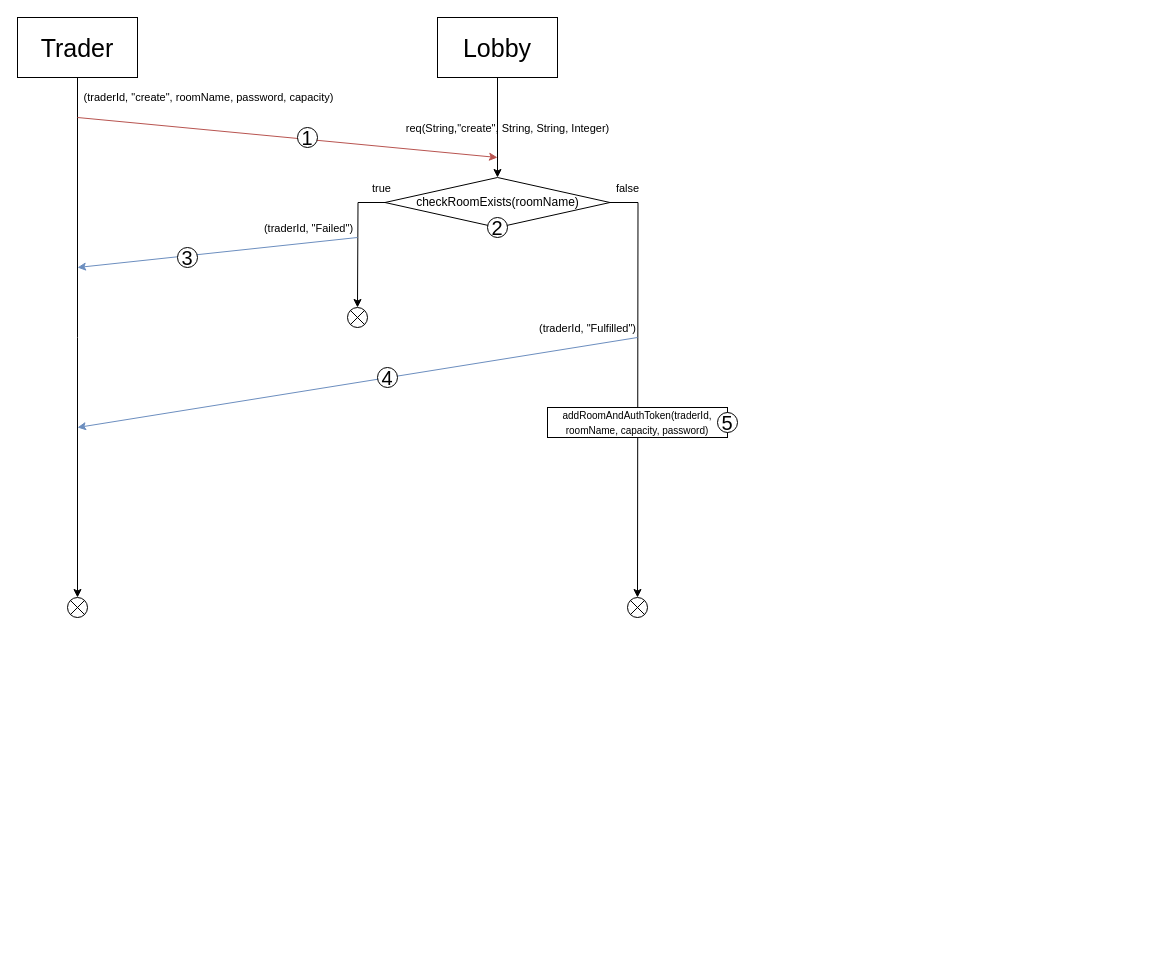
The draw.io diagram ChatProtocol.drawio in FrederikvSvane/PrototypeStockMarketSim, before the edit. Source tidied: cells renumbered, new cells numbered last; positions are measured from the earlier drawing's top-left corner, leaving out a move shared by most shapes. Both pictures are drawn from the tidied source at 100%, with x=0, y=0 at pixel (17, 17).
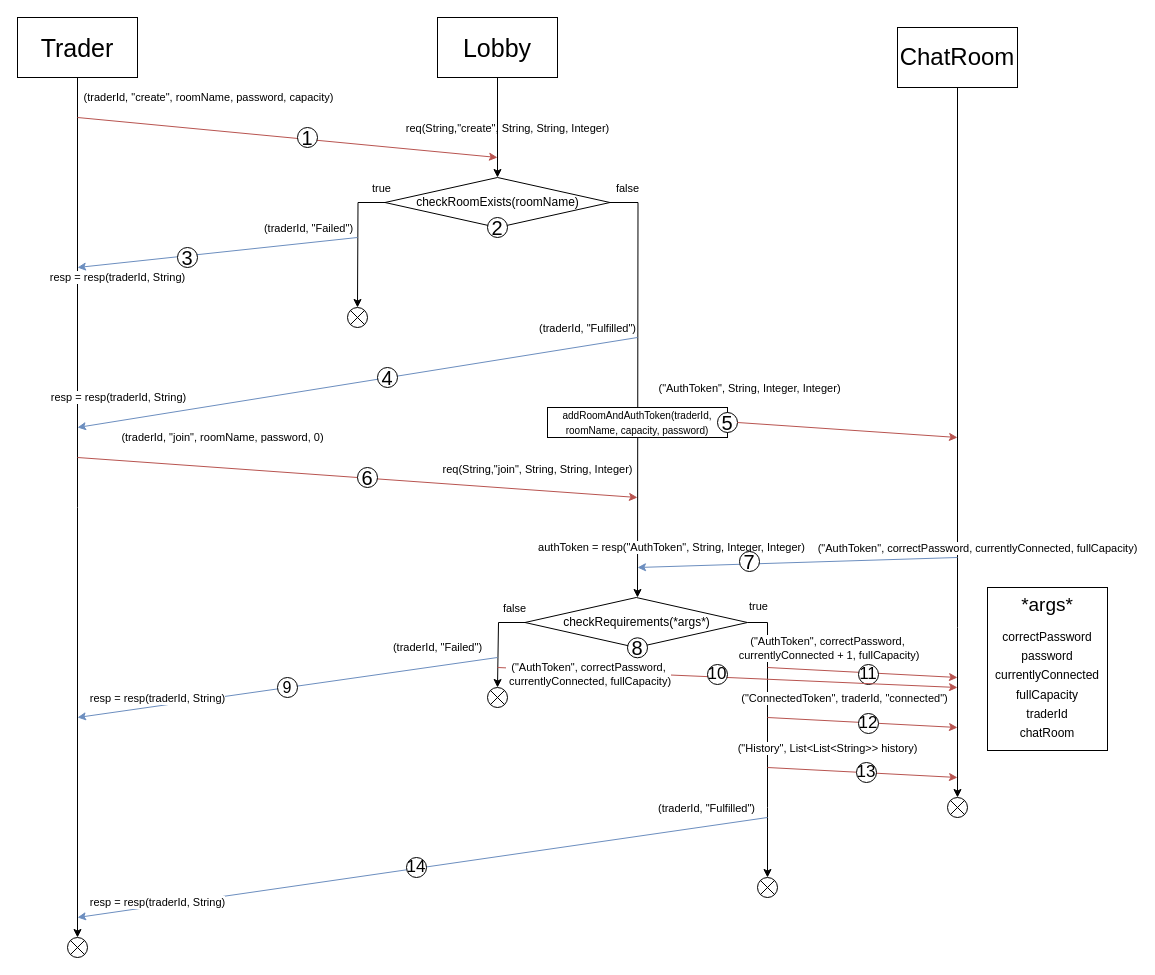
The same page after the edit.

The change refers to these unchanged cells:
```xml
<mxCell id="3" value="&lt;font style=&quot;font-size: 25px;&quot;&gt;Trader&lt;/font&gt;" style="rounded=0;whiteSpace=wrap;html=1;" parent="1" vertex="1">
  <mxGeometry width="120" height="60" as="geometry" />
</mxCell>
<mxCell id="15" style="endArrow=classic;html=1;rounded=0;fillColor=#dae8fc;strokeColor=#6c8ebf;" parent="1" edge="1">
  <mxGeometry relative="1" as="geometry">
    <mxPoint x="340" y="220" as="sourcePoint" />
    <mxPoint x="60" y="250" as="targetPoint" />
  </mxGeometry>
</mxCell>
<mxCell id="19" style="endArrow=classic;html=1;rounded=0;fillColor=#dae8fc;strokeColor=#6c8ebf;" parent="1" edge="1">
  <mxGeometry relative="1" as="geometry">
    <mxPoint x="620" y="320" as="sourcePoint" />
    <mxPoint x="60" y="410" as="targetPoint" />
  </mxGeometry>
</mxCell>
<mxCell id="26" value="&lt;span style=&quot;font-size: 20px;&quot;&gt;5&lt;/span&gt;" style="ellipse;whiteSpace=wrap;html=1;" parent="1" vertex="1">
  <mxGeometry x="700" y="395" width="20" height="20" as="geometry" />
</mxCell>
```

What changed in the source:
```diff
@@
     <mxCell id="2" style="edgeStyle=orthogonalEdgeStyle;rounded=0;jettySize=auto;html=1;" parent="1" edge="1" source="3">
       <mxGeometry relative="1" as="geometry">
-        <mxPoint x="60" y="580" as="targetPoint" />
+        <mxPoint x="60" y="920" as="targetPoint" />
       </mxGeometry>
     </mxCell>
@@
+    <mxCell id="27" value="resp = resp(traderId, String)" style="edgeLabel;html=1;align=center;verticalAlign=middle;" parent="15" vertex="1">
+      <mxGeometry x="0.64" y="-3" relative="1" as="geometry">
+        <mxPoint x="-10" y="18" as="offset" />
+      </mxGeometry>
+    </mxCell>
@@
+    <mxCell id="28" value="resp = resp(traderId, String)" style="edgeLabel;html=1;align=center;verticalAlign=middle;" parent="19" vertex="1">
+      <mxGeometry x="0.68" y="-5" relative="1" as="geometry">
+        <mxPoint x="-49" y="-11" as="offset" />
+      </mxGeometry>
+    </mxCell>
@@
     <mxCell id="22" style="verticalLabelPosition=bottom;verticalAlign=top;html=1;shape=mxgraph.flowchart.or;" parent="1" vertex="1">
-      <mxGeometry x="50" y="580" width="20" height="20" as="geometry" />
+      <mxGeometry x="50" y="920" width="20" height="20" as="geometry" />
     </mxCell>
-    <mxCell id="23" style="verticalLabelPosition=bottom;verticalAlign=top;html=1;shape=mxgraph.flowchart.or;" parent="1" vertex="1">
-      <mxGeometry x="610" y="580" width="20" height="20" as="geometry" />
-    </mxCell>
@@
+    <mxCell id="29" style="edgeStyle=orthogonalEdgeStyle;rounded=0;jettySize=auto;html=1;" parent="1" edge="1" source="30">
+      <mxGeometry relative="1" as="geometry">
+        <mxPoint x="940" y="780" as="targetPoint" />
+        <Array as="points">
+          <mxPoint x="940" y="610" />
+        </Array>
+      </mxGeometry>
+    </mxCell>
+    <mxCell id="30" value="&lt;font style=&quot;font-size: 24px;&quot;&gt;ChatRoom&lt;/font&gt;" style="rounded=0;whiteSpace=wrap;html=1;" parent="1" vertex="1">
+      <mxGeometry x="880" y="10" width="120" height="60" as="geometry" />
+    </mxCell>
+    <mxCell id="31" style="endArrow=classic;html=1;rounded=0;fillColor=#f8cecc;strokeColor=#b85450;" parent="1" edge="1">
+      <mxGeometry relative="1" as="geometry">
+        <mxPoint x="60" y="440" as="sourcePoint" />
+        <mxPoint x="620" y="480" as="targetPoint" />
+      </mxGeometry>
+    </mxCell>
+    <mxCell id="32" value="(traderId, &quot;join&quot;, roomName, password, 0)" style="edgeLabel;html=1;align=center;verticalAlign=middle;" parent="31" vertex="1">
+      <mxGeometry x="-0.8" relative="1" as="geometry">
+        <mxPoint x="89" y="-24" as="offset" />
+      </mxGeometry>
+    </mxCell>
+    <mxCell id="33" value="req(String,&quot;join&quot;, String, String, Integer)" style="edgeLabel;html=1;align=center;verticalAlign=middle;" parent="31" vertex="1">
+      <mxGeometry x="0.76" y="-1" relative="1" as="geometry">
+        <mxPoint x="-33" y="-25" as="offset" />
+      </mxGeometry>
+    </mxCell>
+    <mxCell id="34" style="edgeStyle=orthogonalEdgeStyle;rounded=0;jettySize=auto;html=1;exitX=0;exitY=0.5;exitDx=0;exitDy=0;" parent="1" edge="1" source="38">
+      <mxGeometry relative="1" as="geometry">
+        <mxPoint x="480" y="670" as="targetPoint" />
+        <Array as="points">
+          <mxPoint x="481" y="605" />
+          <mxPoint x="481" y="670" />
+        </Array>
+      </mxGeometry>
+    </mxCell>
+    <mxCell id="35" value="false" style="edgeLabel;html=1;align=center;verticalAlign=middle;" parent="34" vertex="1">
+      <mxGeometry x="-0.75" y="-1" relative="1" as="geometry">
+        <mxPoint y="-14" as="offset" />
+      </mxGeometry>
+    </mxCell>
+    <mxCell id="36" style="edgeStyle=orthogonalEdgeStyle;rounded=0;jettySize=auto;html=1;" parent="1" edge="1" source="38">
+      <mxGeometry relative="1" as="geometry">
+        <mxPoint x="750" y="860" as="targetPoint" />
+        <Array as="points">
+          <mxPoint x="750" y="605" />
+          <mxPoint x="750" y="790" />
+        </Array>
+      </mxGeometry>
+    </mxCell>
+    <mxCell id="37" value="true" style="edgeLabel;html=1;align=center;verticalAlign=middle;" parent="36" vertex="1">
+      <mxGeometry x="-0.69" y="1" relative="1" as="geometry">
+        <mxPoint x="-11" y="-40" as="offset" />
+      </mxGeometry>
+    </mxCell>
+    <mxCell id="38" value="&lt;font style=&quot;font-size: 12px;&quot;&gt;checkRequirements(*args*)&lt;/font&gt;" style="rhombus;whiteSpace=wrap;html=1;" parent="1" vertex="1">
+      <mxGeometry x="507.5" y="580" width="222.5" height="50" as="geometry" />
+    </mxCell>
+    <mxCell id="39" style="verticalLabelPosition=bottom;verticalAlign=top;html=1;shape=mxgraph.flowchart.or;" parent="1" vertex="1">
+      <mxGeometry x="470" y="670" width="20" height="20" as="geometry" />
+    </mxCell>
+    <mxCell id="40" style="endArrow=classic;html=1;rounded=0;fillColor=#dae8fc;strokeColor=#6c8ebf;" parent="1" edge="1">
+      <mxGeometry relative="1" as="geometry">
+        <mxPoint x="480" y="640" as="sourcePoint" />
+        <mxPoint x="60" y="700" as="targetPoint" />
+      </mxGeometry>
+    </mxCell>
+    <mxCell id="41" value="(traderId, &quot;Failed&quot;)" style="edgeLabel;html=1;align=center;verticalAlign=middle;" parent="40" vertex="1">
+      <mxGeometry x="-0.51" y="4" relative="1" as="geometry">
+        <mxPoint x="42" y="-29" as="offset" />
+      </mxGeometry>
+    </mxCell>
+    <mxCell id="42" value="resp = resp(traderId, String)" style="edgeLabel;html=1;align=center;verticalAlign=middle;" parent="40" vertex="1">
+      <mxGeometry x="0.7" y="-3" relative="1" as="geometry">
+        <mxPoint x="17" y="-8" as="offset" />
+      </mxGeometry>
+    </mxCell>
+    <mxCell id="43" style="endArrow=classic;html=1;rounded=0;fillColor=#f8cecc;strokeColor=#b85450;exitX=1;exitY=0.5;exitDx=0;exitDy=0;" parent="1" edge="1" source="26">
+      <mxGeometry relative="1" as="geometry">
+        <mxPoint x="940" y="420" as="targetPoint" />
+      </mxGeometry>
+    </mxCell>
+    <mxCell id="44" value="(&quot;AuthToken&quot;, String, Integer, Integer)" style="edgeLabel;html=1;align=center;verticalAlign=middle;" parent="43" vertex="1">
+      <mxGeometry x="-0.54" relative="1" as="geometry">
+        <mxPoint x="-39" y="-38" as="offset" />
+      </mxGeometry>
+    </mxCell>
+    <mxCell id="45" style="endArrow=classic;html=1;rounded=0;fillColor=#dae8fc;strokeColor=#6c8ebf;" parent="1" edge="1">
+      <mxGeometry relative="1" as="geometry">
+        <mxPoint x="940" y="540" as="sourcePoint" />
+        <mxPoint x="620" y="550" as="targetPoint" />
+      </mxGeometry>
+    </mxCell>
+    <mxCell id="46" value="(&quot;AuthToken&quot;, correctPassword, currentlyConnected, fullCapacity)" style="edgeLabel;html=1;align=center;verticalAlign=middle;" parent="45" vertex="1">
+      <mxGeometry x="-0.51" y="4" relative="1" as="geometry">
+        <mxPoint x="97" y="-16" as="offset" />
+      </mxGeometry>
+    </mxCell>
+    <mxCell id="47" value="authToken = resp(&quot;AuthToken&quot;, String, Integer, Integer)" style="edgeLabel;html=1;align=center;verticalAlign=middle;" parent="45" vertex="1">
+      <mxGeometry x="0.8" y="-2" relative="1" as="geometry">
+        <mxPoint x="1" y="-17" as="offset" />
+      </mxGeometry>
+    </mxCell>
+    <mxCell id="48" style="endArrow=classic;html=1;rounded=0;fillColor=#f8cecc;strokeColor=#b85450;" parent="1" edge="1">
+      <mxGeometry relative="1" as="geometry">
+        <mxPoint x="750" y="650" as="sourcePoint" />
+        <mxPoint x="940" y="660" as="targetPoint" />
+      </mxGeometry>
+    </mxCell>
+    <mxCell id="49" value="(&quot;AuthToken&quot;, correctPassword,&lt;br&gt;&amp;nbsp;currentlyConnected + 1, fullCapacity)" style="edgeLabel;html=1;align=center;verticalAlign=middle;" parent="48" vertex="1">
+      <mxGeometry x="-0.54" relative="1" as="geometry">
+        <mxPoint x="16" y="-22" as="offset" />
+      </mxGeometry>
+    </mxCell>
+    <mxCell id="50" style="endArrow=classic;html=1;rounded=0;fillColor=#f8cecc;strokeColor=#b85450;" parent="1" edge="1">
+      <mxGeometry relative="1" as="geometry">
+        <mxPoint x="750" y="700" as="sourcePoint" />
+        <mxPoint x="940" y="710" as="targetPoint" />
+      </mxGeometry>
+    </mxCell>
+    <mxCell id="51" value="(&quot;ConnectedToken&quot;, traderId, &quot;connected&quot;)" style="edgeLabel;html=1;align=center;verticalAlign=middle;" parent="50" vertex="1">
+      <mxGeometry x="-0.54" relative="1" as="geometry">
+        <mxPoint x="33" y="-22" as="offset" />
+      </mxGeometry>
+    </mxCell>
+    <mxCell id="52" style="endArrow=classic;html=1;rounded=0;fillColor=#f8cecc;strokeColor=#b85450;" parent="1" edge="1">
+      <mxGeometry relative="1" as="geometry">
+        <mxPoint x="750" y="750" as="sourcePoint" />
+        <mxPoint x="940" y="760" as="targetPoint" />
+      </mxGeometry>
+    </mxCell>
+    <mxCell id="53" value="(&quot;History&quot;, List&amp;lt;List&amp;lt;String&amp;gt;&amp;gt; history)" style="edgeLabel;html=1;align=center;verticalAlign=middle;" parent="52" vertex="1">
+      <mxGeometry x="-0.54" relative="1" as="geometry">
+        <mxPoint x="16" y="-22" as="offset" />
+      </mxGeometry>
+    </mxCell>
+    <mxCell id="54" style="endArrow=classic;html=1;rounded=0;fillColor=#dae8fc;strokeColor=#6c8ebf;" parent="1" edge="1">
+      <mxGeometry relative="1" as="geometry">
+        <mxPoint x="750" y="800" as="sourcePoint" />
+        <mxPoint x="60" y="900" as="targetPoint" />
+      </mxGeometry>
+    </mxCell>
+    <mxCell id="55" value="(traderId, &quot;Fulfilled&quot;)" style="edgeLabel;html=1;align=center;verticalAlign=middle;" parent="54" vertex="1">
+      <mxGeometry x="-0.51" y="4" relative="1" as="geometry">
+        <mxPoint x="107" y="-38" as="offset" />
+      </mxGeometry>
+    </mxCell>
+    <mxCell id="56" value="resp = resp(traderId, String)" style="edgeLabel;html=1;align=center;verticalAlign=middle;" parent="54" vertex="1">
+      <mxGeometry x="0.68" relative="1" as="geometry">
+        <mxPoint x="-31" as="offset" />
+      </mxGeometry>
+    </mxCell>
+    <mxCell id="57" style="verticalLabelPosition=bottom;verticalAlign=top;html=1;shape=mxgraph.flowchart.or;" parent="1" vertex="1">
+      <mxGeometry x="740" y="860" width="20" height="20" as="geometry" />
+    </mxCell>
+    <mxCell id="58" style="verticalLabelPosition=bottom;verticalAlign=top;html=1;shape=mxgraph.flowchart.or;" parent="1" vertex="1">
+      <mxGeometry x="930" y="780" width="20" height="20" as="geometry" />
+    </mxCell>
+    <mxCell id="59" value="&lt;span style=&quot;font-size: 20px;&quot;&gt;6&lt;/span&gt;" style="ellipse;whiteSpace=wrap;html=1;" parent="1" vertex="1">
+      <mxGeometry x="340" y="450" width="20" height="20" as="geometry" />
+    </mxCell>
+    <mxCell id="60" value="&lt;span style=&quot;font-size: 20px;&quot;&gt;7&lt;/span&gt;" style="ellipse;whiteSpace=wrap;html=1;" parent="1" vertex="1">
+      <mxGeometry x="722" y="534" width="20" height="20" as="geometry" />
+    </mxCell>
+    <mxCell id="61" value="&lt;span style=&quot;font-size: 20px;&quot;&gt;8&lt;/span&gt;" style="ellipse;whiteSpace=wrap;html=1;" parent="1" vertex="1">
+      <mxGeometry x="610" y="620.3" width="20" height="20" as="geometry" />
+    </mxCell>
+    <mxCell id="62" value="&lt;font style=&quot;font-size: 16px;&quot;&gt;9&lt;/font&gt;" style="ellipse;whiteSpace=wrap;html=1;" parent="1" vertex="1">
+      <mxGeometry x="260" y="660" width="20" height="20" as="geometry" />
+    </mxCell>
+    <mxCell id="63" value="&lt;span style=&quot;font-size: 17px;&quot;&gt;11&lt;/span&gt;" style="ellipse;whiteSpace=wrap;html=1;fontSize=17;" parent="1" vertex="1">
+      <mxGeometry x="841" y="647" width="20" height="20" as="geometry" />
+    </mxCell>
+    <mxCell id="64" value="&lt;span style=&quot;font-size: 17px;&quot;&gt;12&lt;/span&gt;" style="ellipse;whiteSpace=wrap;html=1;fontSize=17;" parent="1" vertex="1">
+      <mxGeometry x="841" y="696" width="20" height="20" as="geometry" />
+    </mxCell>
+    <mxCell id="65" value="&lt;span style=&quot;font-size: 17px;&quot;&gt;13&lt;/span&gt;" style="ellipse;whiteSpace=wrap;html=1;fontSize=17;" parent="1" vertex="1">
+      <mxGeometry x="839" y="745" width="20" height="20" as="geometry" />
+    </mxCell>
+    <mxCell id="66" value="&lt;span style=&quot;font-size: 17px;&quot;&gt;14&lt;/span&gt;" style="ellipse;whiteSpace=wrap;html=1;fontSize=17;" parent="1" vertex="1">
+      <mxGeometry x="389" y="840" width="20" height="20" as="geometry" />
+    </mxCell>
+    <mxCell id="67" style="endArrow=classic;html=1;rounded=0;fillColor=#f8cecc;strokeColor=#b85450;" parent="1" edge="1">
+      <mxGeometry relative="1" as="geometry">
+        <mxPoint x="480" y="650" as="sourcePoint" />
+        <mxPoint x="940" y="670" as="targetPoint" />
+      </mxGeometry>
+    </mxCell>
+    <mxCell id="68" value="(&quot;AuthToken&quot;, correctPassword,&lt;br&gt;&amp;nbsp;currentlyConnected, fullCapacity)" style="edgeLabel;html=1;align=center;verticalAlign=middle;" parent="67" vertex="1">
+      <mxGeometry x="-0.54" relative="1" as="geometry">
+        <mxPoint x="-15" y="2" as="offset" />
+      </mxGeometry>
+    </mxCell>
+    <mxCell id="69" value="&lt;span style=&quot;font-size: 17px;&quot;&gt;10&lt;/span&gt;" style="ellipse;whiteSpace=wrap;html=1;fontSize=17;" parent="1" vertex="1">
+      <mxGeometry x="690" y="647" width="20" height="20" as="geometry" />
+    </mxCell>
+    <mxCell id="70" value="*args*" style="rounded=0;whiteSpace=wrap;html=1;horizontal=1;verticalAlign=top;fontSize=19;" parent="1" vertex="1">
+      <mxGeometry x="970" y="570" width="120" height="163" as="geometry" />
+    </mxCell>
+    <mxCell id="71" value="&lt;p style=&quot;line-height: 160%;&quot;&gt;correctPassword&lt;br&gt;password&lt;br&gt;currentlyConnected&lt;br&gt;fullCapacity&lt;br&gt;traderId&lt;br&gt;chatRoom&lt;/p&gt;" style="text;html=1;strokeColor=none;fillColor=none;align=center;verticalAlign=middle;whiteSpace=wrap;rounded=0;" parent="1" vertex="1">
+      <mxGeometry x="1000" y="653" width="60" height="30" as="geometry" />
+    </mxCell>
```
